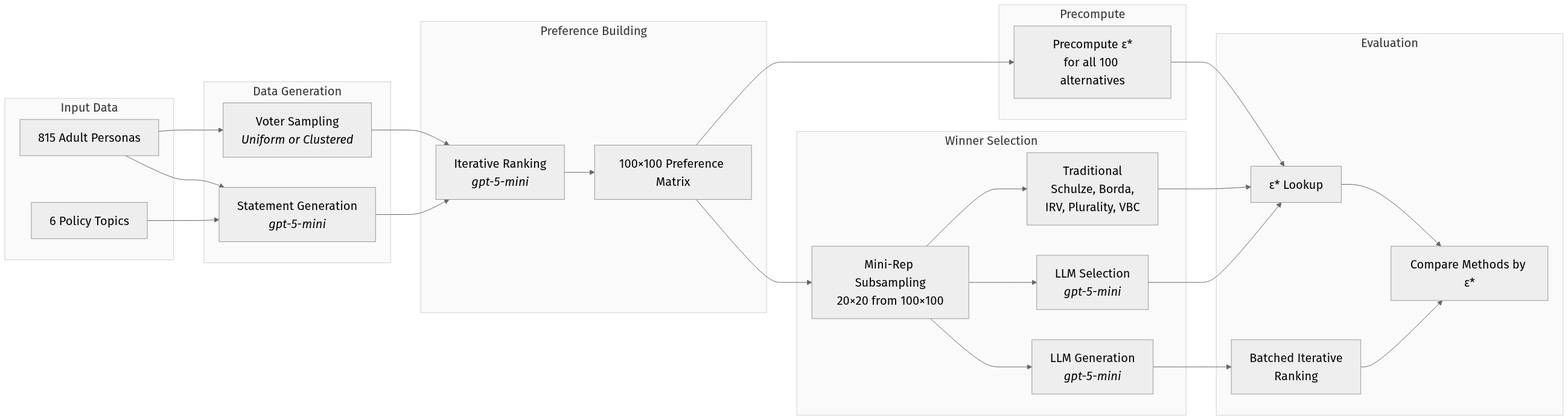
This is outputs/paper/experiment_flow_horizontal.png from jeqcho/single-winner-generative-social-choice, a Mermaid export, as it was before one commit. Its source is kept beside it as outputs/paper/experiment_flow_horizontal.mmd.
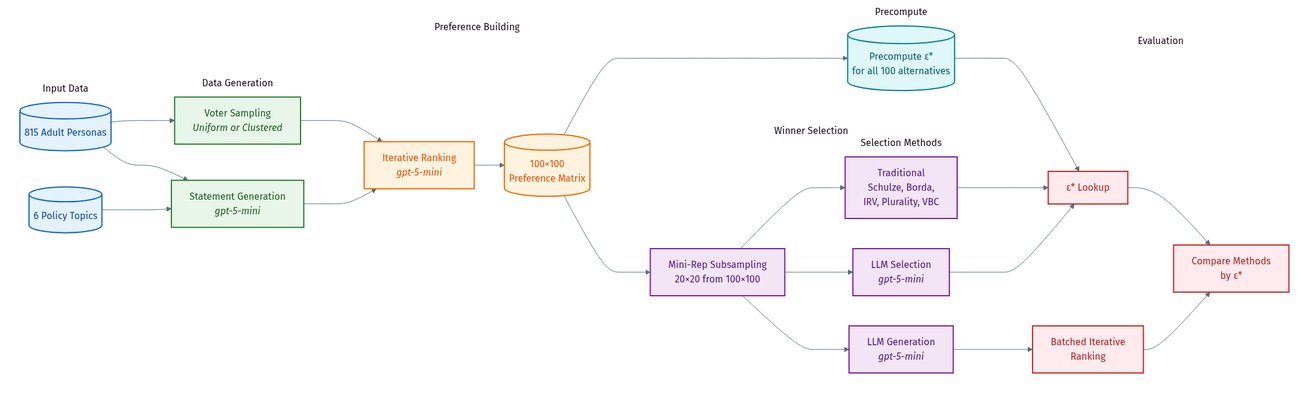
Above is the later version.

Commit message:
horizontal mermaid touch ups by gemini

The edit, as a diff of the source:
```diff
@@ -1,58 +1,90 @@
-%%{init: {'theme': 'neutral', 'themeVariables': { 'fontSize': '20px'}}}%%
+%%{init: {
+  'theme': 'base',
+  'themeVariables': {
+    'primaryColor': '#E1F5FE',
+    'primaryTextColor': '#000',
+    'primaryBorderColor': '#0277BD',
+    'lineColor': '#546E7A',
+    'secondaryColor': '#F3E5F5',
+    'tertiaryColor': '#E8F5E9',
+    'fontSize': '16px',
+    'fontFamily': 'arial'
+  }
+}}%%
 flowchart LR
+    classDef p_inputs fill:#E3F2FD,stroke:#1565C0,stroke-width:2px,color:#0D47A1;
+    classDef p_gen fill:#E8F5E9,stroke:#2E7D32,stroke-width:2px,color:#1B5E20;
+    classDef p_pref fill:#FFF3E0,stroke:#EF6C00,stroke-width:2px,color:#E65100;
+    classDef p_pre fill:#E0F7FA,stroke:#00838F,stroke-width:2px,color:#006064;
+    classDef p_select fill:#F3E5F5,stroke:#7B1FA2,stroke-width:2px,color:#4A148C;
+    classDef p_eval fill:#FFEBEE,stroke:#C62828,stroke-width:2px,color:#B71C1C;
+
+    classDef subgraphStyle fill:none,stroke:none;
+
     subgraph inputs [Input Data]
-        P["815 Adult Personas"]
-        T["6 Policy Topics"]
+        direction TB
+        P[("815 Adult Personas")]:::p_inputs
+        T[("6 Policy Topics")]:::p_inputs
     end
 
     subgraph phase1 [Data Generation]
-        VS["Voter Sampling<br/><i>Uniform or Clustered</i>"]
-        SG["Statement Generation<br/><i>gpt-5-mini</i>"]
+        direction TB
+        VS["Voter Sampling<br/><i>Uniform or Clustered</i>"]:::p_gen
+        SG["Statement Generation<br/><i>gpt-5-mini</i>"]:::p_gen
     end
 
     subgraph phase2 [Preference Building]
-        IR["Iterative Ranking<br/><i>gpt-5-mini</i>"]
-        PM["100×100 Preference Matrix"]
+        direction TB
+        IR["Iterative Ranking<br/><i>gpt-5-mini</i>"]:::p_pref
+        PM[("100×100<br/>Preference Matrix")]:::p_pref
     end
 
     subgraph precompute [Precompute]
-        PE["Precompute ε*<br/>for all 100 alternatives"]
+        PE[("Precompute ε*<br/>for all 100 alternatives")]:::p_pre
     end
 
     subgraph phase3 [Winner Selection]
-        MR["Mini-Rep Subsampling<br/>20×20 from 100×100"]
-        TM["Traditional<br/>Schulze, Borda,<br/>IRV, Plurality, VBC"]
-        GPT["LLM Selection<br/><i>gpt-5-mini</i>"]
-        GPT2["LLM Generation<br/><i>gpt-5-mini</i>"]
+        direction TB
+        MR["Mini-Rep Subsampling<br/>20×20 from 100×100"]:::p_select
+
+        subgraph methods [Selection Methods]
+            direction TB
+            TM["Traditional<br/>Schulze, Borda,<br/>IRV, Plurality, VBC"]:::p_select
+            GPT["LLM Selection<br/><i>gpt-5-mini</i>"]:::p_select
+            GPT2["LLM Generation<br/><i>gpt-5-mini</i>"]:::p_select
+        end
     end
 
     subgraph eval [Evaluation]
-        EL["ε* Lookup"]
-        BI["Batched Iterative<br/>Ranking"]
-        CMP["Compare Methods by ε*"]
+        direction TB
+        EL["ε* Lookup"]:::p_eval
+        BI["Batched Iterative<br/>Ranking"]:::p_eval
+        CMP["Compare Methods<br/>by ε*"]:::p_eval
     end
 
     P --> VS
     P --> SG
     T --> SG
+
     VS --> IR
     SG --> IR
+
     IR --> PM
     PM --> PE
     PM --> MR
+
     MR --> TM
     MR --> GPT
     MR --> GPT2
+
     TM --> EL
     GPT --> EL
+    PE --> EL
+
     GPT2 --> BI
-    PE --> EL
+
     EL --> CMP
     BI --> CMP
 
-    style inputs fill:#fafafa,stroke:#d0d0d0,stroke-width:1px
-    style phase1 fill:#fafafa,stroke:#d0d0d0,stroke-width:1px
-    style phase2 fill:#fafafa,stroke:#d0d0d0,stroke-width:1px
-    style precompute fill:#fafafa,stroke:#d0d0d0,stroke-width:1px
-    style phase3 fill:#fafafa,stroke:#d0d0d0,stroke-width:1px
-    style eval fill:#fafafa,stroke:#d0d0d0,stroke-width:1px
+    class inputs,phase1,phase2,precompute,phase3,eval subgraphStyle;
+    style methods fill:none,stroke:none
```
